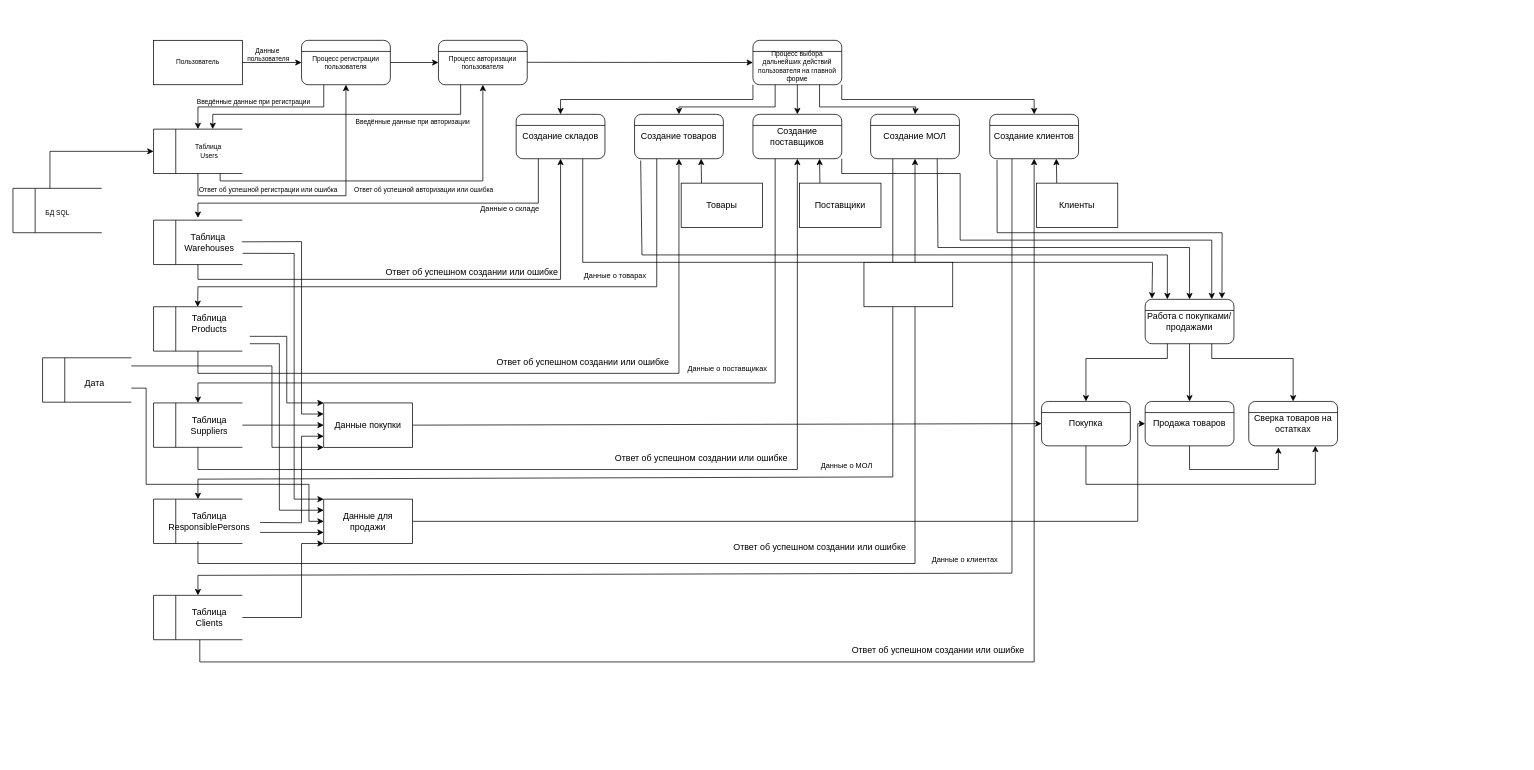
dallas-ak/MiSPIS keeps this draw.io diagram as DFD.drawio. Above is the earlier version. Source tidied: cells renumbered, new cells numbered last; positions are measured from the earlier drawing's top-left corner, leaving out a move shared by most shapes. Both pictures are drawn from the tidied source at 74%, with x=0, y=0 at pixel (13, 40).
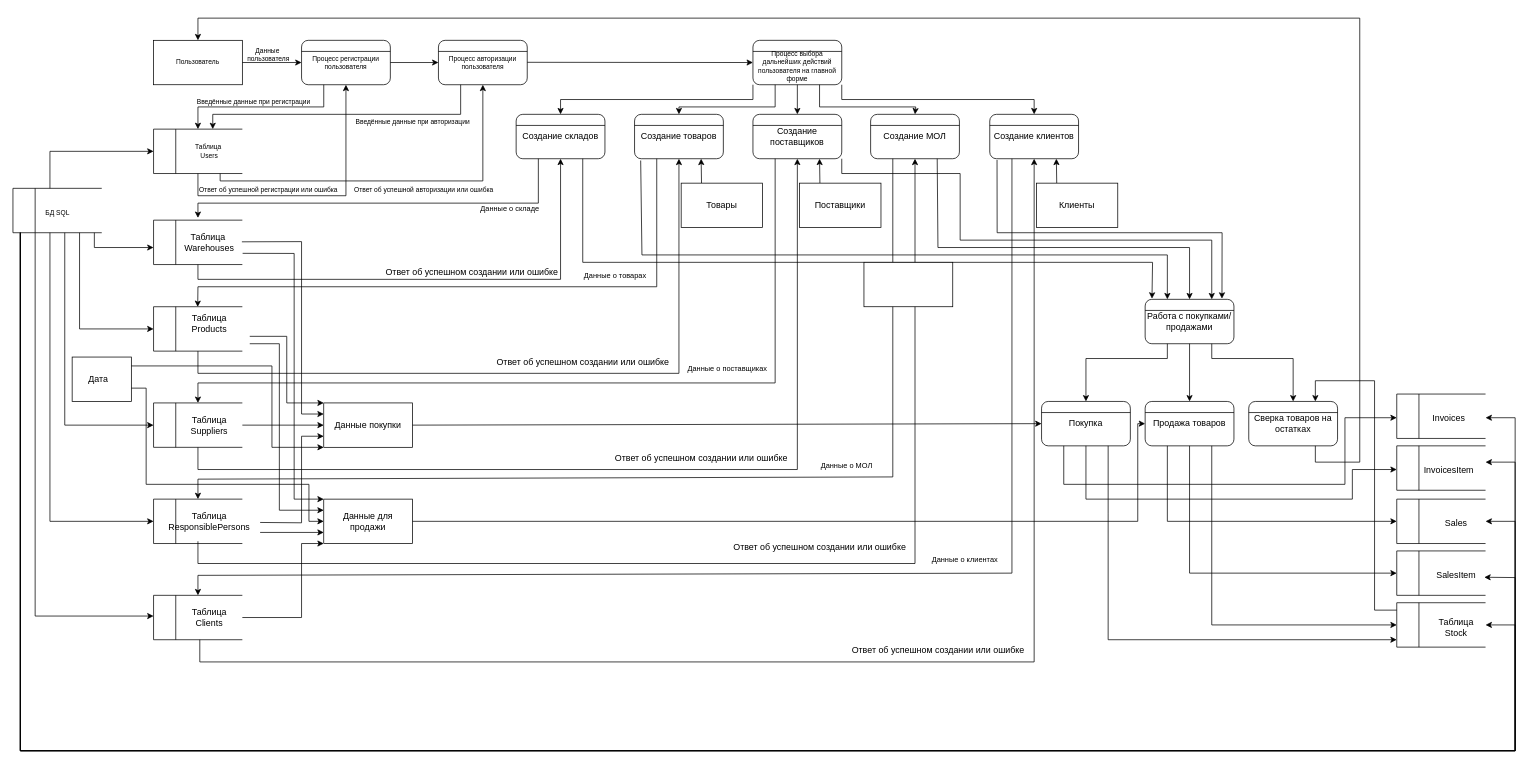
The same page after the edit.

The change refers to these unchanged cells:
```xml
<mxCell id="2" value="Пользователь" style="rounded=0;whiteSpace=wrap;html=1;fontSize=9;" parent="1" vertex="1">
  <mxGeometry x="190" width="120" height="60" as="geometry" />
</mxCell>
<mxCell id="116" value="Покупка" style="rounded=1;whiteSpace=wrap;html=1;" parent="1" vertex="1">
  <mxGeometry x="1390" y="488" width="120" height="60" as="geometry" />
</mxCell>
<mxCell id="118" value="Продажа товаров" style="rounded=1;whiteSpace=wrap;html=1;" parent="1" vertex="1">
  <mxGeometry x="1530" y="488" width="120" height="60" as="geometry" />
</mxCell>
<mxCell id="120" value="Сверка товаров на остатках" style="rounded=1;whiteSpace=wrap;html=1;" parent="1" vertex="1">
  <mxGeometry x="1670" y="488" width="120" height="60" as="geometry" />
</mxCell>
```

Change to the diagram source:
```diff
@@
+    <mxCell id="152" style="rounded=0;whiteSpace=wrap;html=1;" parent="1" vertex="1">
+      <mxGeometry x="80" y="428" width="80" height="60" as="geometry" />
+    </mxCell>
@@
-    <mxCell id="133" style="group;" parent="1" vertex="1">
-      <mxGeometry x="40" y="429" width="120" height="60" as="geometry" />
-    </mxCell>
-    <mxCell id="134" style="group;flipV=0;flipH=1;" parent="133" vertex="1">
-      <mxGeometry width="120" height="60" as="geometry" />
-    </mxCell>
-    <mxCell id="135" style="endArrow=none;html=1;rounded=0;" parent="134" edge="1">
-      <mxGeometry relative="1" as="geometry">
-        <mxPoint x="120" as="sourcePoint" />
-        <mxPoint as="targetPoint" />
-      </mxGeometry>
-    </mxCell>
-    <mxCell id="136" style="endArrow=none;html=1;rounded=0;" parent="134" edge="1">
-      <mxGeometry relative="1" as="geometry">
-        <mxPoint y="60" as="sourcePoint" />
-        <mxPoint as="targetPoint" />
-      </mxGeometry>
-    </mxCell>
-    <mxCell id="137" style="endArrow=none;html=1;rounded=0;" parent="134" edge="1">
-      <mxGeometry relative="1" as="geometry">
-        <mxPoint x="120" y="60" as="sourcePoint" />
-        <mxPoint y="60" as="targetPoint" />
-      </mxGeometry>
-    </mxCell>
-    <mxCell id="138" style="endArrow=none;html=1;rounded=0;" parent="133" edge="1">
-      <mxGeometry relative="1" as="geometry">
-        <mxPoint x="30" y="60" as="sourcePoint" />
-        <mxPoint x="30" as="targetPoint" />
-      </mxGeometry>
-    </mxCell>
     <mxCell id="139" value="Дата" style="text;html=1;align=center;verticalAlign=middle;strokeColor=none;fillColor=none;" parent="1" vertex="1">
-      <mxGeometry x="85" y="448" width="50" height="30" as="geometry" />
+      <mxGeometry x="90" y="443" width="50" height="30" as="geometry" />
     </mxCell>
@@
-    <mxCell id="150" style="endArrow=classic;html=1;rounded=0;exitX=0.5;exitY=1;exitDx=0;exitDy=0;entryX=0.75;entryY=1;entryDx=0;entryDy=0;" parent="1" edge="1" source="116" target="120">
+    <mxCell id="150" style="endArrow=classic;html=1;rounded=0;exitX=0.25;exitY=1;exitDx=0;exitDy=0;" parent="1" edge="1" source="116">
       <mxGeometry relative="1" as="geometry">
+        <mxPoint x="1870" y="510" as="targetPoint" />
         <Array as="points">
-          <mxPoint x="1450" y="600" />
-          <mxPoint x="1760" y="600" />
+          <mxPoint x="1420" y="600" />
+          <mxPoint x="1800" y="600" />
+          <mxPoint x="1800" y="510" />
         </Array>
       </mxGeometry>
     </mxCell>
-    <mxCell id="151" style="endArrow=classic;html=1;rounded=0;exitX=0.5;exitY=1;exitDx=0;exitDy=0;" parent="1" edge="1" source="118">
-      <mxGeometry relative="1" as="geometry">
-        <mxPoint x="1710" y="550" as="targetPoint" />
-        <Array as="points">
-          <mxPoint x="1590" y="580" />
-          <mxPoint x="1710" y="580" />
-        </Array>
-      </mxGeometry>
-    </mxCell>
+    <mxCell id="153" style="group;" parent="1" vertex="1">
+      <mxGeometry x="1870" y="620" width="120" height="60" as="geometry" />
+    </mxCell>
+    <mxCell id="154" style="group;flipV=0;flipH=1;" parent="153" vertex="1">
+      <mxGeometry width="120" height="60" as="geometry" />
+    </mxCell>
+    <mxCell id="155" style="endArrow=none;html=1;rounded=0;" parent="154" edge="1">
+      <mxGeometry relative="1" as="geometry">
+        <mxPoint x="120" as="sourcePoint" />
+        <mxPoint as="targetPoint" />
+      </mxGeometry>
+    </mxCell>
+    <mxCell id="156" style="endArrow=none;html=1;rounded=0;" parent="154" edge="1">
+      <mxGeometry relative="1" as="geometry">
+        <mxPoint y="60" as="sourcePoint" />
+        <mxPoint as="targetPoint" />
+      </mxGeometry>
+    </mxCell>
+    <mxCell id="157" style="endArrow=none;html=1;rounded=0;" parent="154" edge="1">
+      <mxGeometry relative="1" as="geometry">
+        <mxPoint x="120" y="60" as="sourcePoint" />
+        <mxPoint y="60" as="targetPoint" />
+      </mxGeometry>
+    </mxCell>
+    <mxCell id="158" style="endArrow=none;html=1;rounded=0;" parent="153" edge="1">
+      <mxGeometry relative="1" as="geometry">
+        <mxPoint x="30" y="60" as="sourcePoint" />
+        <mxPoint x="30" as="targetPoint" />
+      </mxGeometry>
+    </mxCell>
+    <mxCell id="159" value="Sales" style="text;html=1;align=center;verticalAlign=middle;strokeColor=none;fillColor=none;" parent="1" vertex="1">
+      <mxGeometry x="1925" y="638" width="50" height="30" as="geometry" />
+    </mxCell>
+    <mxCell id="160" style="group;" parent="1" vertex="1">
+      <mxGeometry x="1870" y="478" width="120" height="60" as="geometry" />
+    </mxCell>
+    <mxCell id="161" style="group;flipV=0;flipH=1;" parent="160" vertex="1">
+      <mxGeometry width="120" height="60" as="geometry" />
+    </mxCell>
+    <mxCell id="162" style="endArrow=none;html=1;rounded=0;" parent="161" edge="1">
+      <mxGeometry relative="1" as="geometry">
+        <mxPoint x="120" as="sourcePoint" />
+        <mxPoint as="targetPoint" />
+      </mxGeometry>
+    </mxCell>
+    <mxCell id="163" style="endArrow=none;html=1;rounded=0;" parent="161" edge="1">
+      <mxGeometry relative="1" as="geometry">
+        <mxPoint y="60" as="sourcePoint" />
+        <mxPoint as="targetPoint" />
+      </mxGeometry>
+    </mxCell>
+    <mxCell id="164" style="endArrow=none;html=1;rounded=0;" parent="161" edge="1">
+      <mxGeometry relative="1" as="geometry">
+        <mxPoint x="120" y="60" as="sourcePoint" />
+        <mxPoint y="60" as="targetPoint" />
+      </mxGeometry>
+    </mxCell>
+    <mxCell id="165" style="endArrow=none;html=1;rounded=0;" parent="160" edge="1">
+      <mxGeometry relative="1" as="geometry">
+        <mxPoint x="30" y="60" as="sourcePoint" />
+        <mxPoint x="30" as="targetPoint" />
+      </mxGeometry>
+    </mxCell>
+    <mxCell id="166" value="Invoices" style="text;html=1;align=center;verticalAlign=middle;strokeColor=none;fillColor=none;" parent="1" vertex="1">
+      <mxGeometry x="1905" y="496" width="70" height="30" as="geometry" />
+    </mxCell>
+    <mxCell id="167" style="group;" parent="1" vertex="1">
+      <mxGeometry x="1870" y="548" width="120" height="60" as="geometry" />
+    </mxCell>
+    <mxCell id="168" style="group;flipV=0;flipH=1;" parent="167" vertex="1">
+      <mxGeometry width="120" height="60" as="geometry" />
+    </mxCell>
+    <mxCell id="169" style="endArrow=none;html=1;rounded=0;" parent="168" edge="1">
+      <mxGeometry relative="1" as="geometry">
+        <mxPoint x="120" as="sourcePoint" />
+        <mxPoint as="targetPoint" />
+      </mxGeometry>
+    </mxCell>
+    <mxCell id="170" style="endArrow=none;html=1;rounded=0;" parent="168" edge="1">
+      <mxGeometry relative="1" as="geometry">
+        <mxPoint y="60" as="sourcePoint" />
+        <mxPoint as="targetPoint" />
+      </mxGeometry>
+    </mxCell>
+    <mxCell id="171" style="endArrow=none;html=1;rounded=0;" parent="168" edge="1">
+      <mxGeometry relative="1" as="geometry">
+        <mxPoint x="120" y="60" as="sourcePoint" />
+        <mxPoint y="60" as="targetPoint" />
+      </mxGeometry>
+    </mxCell>
+    <mxCell id="172" style="endArrow=none;html=1;rounded=0;" parent="167" edge="1">
+      <mxGeometry relative="1" as="geometry">
+        <mxPoint x="30" y="60" as="sourcePoint" />
+        <mxPoint x="30" as="targetPoint" />
+      </mxGeometry>
+    </mxCell>
+    <mxCell id="173" value="InvoicesItem" style="text;html=1;align=center;verticalAlign=middle;strokeColor=none;fillColor=none;" parent="1" vertex="1">
+      <mxGeometry x="1895" y="566" width="90" height="30" as="geometry" />
+    </mxCell>
+    <mxCell id="174" style="group;" parent="1" vertex="1">
+      <mxGeometry x="1870" y="690" width="120" height="60" as="geometry" />
+    </mxCell>
+    <mxCell id="175" style="group;flipV=0;flipH=1;" parent="174" vertex="1">
+      <mxGeometry width="120" height="60" as="geometry" />
+    </mxCell>
+    <mxCell id="176" style="endArrow=none;html=1;rounded=0;" parent="175" edge="1">
+      <mxGeometry relative="1" as="geometry">
+        <mxPoint x="120" as="sourcePoint" />
+        <mxPoint as="targetPoint" />
+      </mxGeometry>
+    </mxCell>
+    <mxCell id="177" style="endArrow=none;html=1;rounded=0;" parent="175" edge="1">
+      <mxGeometry relative="1" as="geometry">
+        <mxPoint y="60" as="sourcePoint" />
+        <mxPoint as="targetPoint" />
+      </mxGeometry>
+    </mxCell>
+    <mxCell id="178" style="endArrow=none;html=1;rounded=0;" parent="175" edge="1">
+      <mxGeometry relative="1" as="geometry">
+        <mxPoint x="120" y="60" as="sourcePoint" />
+        <mxPoint y="60" as="targetPoint" />
+      </mxGeometry>
+    </mxCell>
+    <mxCell id="179" style="endArrow=none;html=1;rounded=0;" parent="174" edge="1">
+      <mxGeometry relative="1" as="geometry">
+        <mxPoint x="30" y="60" as="sourcePoint" />
+        <mxPoint x="30" as="targetPoint" />
+      </mxGeometry>
+    </mxCell>
+    <mxCell id="180" value="SalesItem" style="text;html=1;align=center;verticalAlign=middle;points=[];strokeColor=none;fillColor=none;" parent="1" vertex="1">
+      <mxGeometry x="1910" y="708" width="80" height="30" as="geometry" />
+    </mxCell>
+    <mxCell id="181" style="group;" parent="1" vertex="1">
+      <mxGeometry x="1870" y="760" width="120" height="60" as="geometry" />
+    </mxCell>
+    <mxCell id="182" style="group;flipV=0;flipH=1;" parent="181" vertex="1">
+      <mxGeometry width="120" height="60" as="geometry" />
+    </mxCell>
+    <mxCell id="183" style="endArrow=none;html=1;rounded=0;" parent="182" edge="1">
+      <mxGeometry relative="1" as="geometry">
+        <mxPoint x="120" as="sourcePoint" />
+        <mxPoint as="targetPoint" />
+      </mxGeometry>
+    </mxCell>
+    <mxCell id="184" style="endArrow=none;html=1;rounded=0;" parent="182" edge="1">
+      <mxGeometry relative="1" as="geometry">
+        <mxPoint y="60" as="sourcePoint" />
+        <mxPoint as="targetPoint" />
+      </mxGeometry>
+    </mxCell>
+    <mxCell id="185" style="endArrow=none;html=1;rounded=0;" parent="182" edge="1">
+      <mxGeometry relative="1" as="geometry">
+        <mxPoint x="120" y="60" as="sourcePoint" />
+        <mxPoint y="60" as="targetPoint" />
+      </mxGeometry>
+    </mxCell>
+    <mxCell id="186" style="endArrow=none;html=1;rounded=0;" parent="181" edge="1">
+      <mxGeometry relative="1" as="geometry">
+        <mxPoint x="30" y="60" as="sourcePoint" />
+        <mxPoint x="30" as="targetPoint" />
+      </mxGeometry>
+    </mxCell>
+    <mxCell id="187" value="Таблица&lt;div&gt;Stock&lt;/div&gt;" style="text;html=1;align=center;verticalAlign=middle;strokeColor=none;fillColor=none;" parent="1" vertex="1">
+      <mxGeometry x="1915" y="773" width="70" height="40" as="geometry" />
+    </mxCell>
+    <mxCell id="188" style="endArrow=classic;html=1;rounded=0;exitX=0.5;exitY=1;exitDx=0;exitDy=0;" parent="1" edge="1" source="116">
+      <mxGeometry relative="1" as="geometry">
+        <mxPoint x="1870" y="580" as="targetPoint" />
+        <Array as="points">
+          <mxPoint x="1450" y="620" />
+          <mxPoint x="1810" y="620" />
+          <mxPoint x="1810" y="580" />
+        </Array>
+      </mxGeometry>
+    </mxCell>
+    <mxCell id="189" style="endArrow=classic;html=1;rounded=0;exitX=0.75;exitY=1;exitDx=0;exitDy=0;" parent="1" edge="1" source="116">
+      <mxGeometry relative="1" as="geometry">
+        <mxPoint x="1870" y="810" as="targetPoint" />
+        <Array as="points">
+          <mxPoint x="1480" y="640" />
+          <mxPoint x="1480" y="810" />
+        </Array>
+      </mxGeometry>
+    </mxCell>
+    <mxCell id="190" style="endArrow=classic;html=1;rounded=0;exitX=0.25;exitY=1;exitDx=0;exitDy=0;" parent="1" edge="1" source="118">
+      <mxGeometry relative="1" as="geometry">
+        <mxPoint x="1870" y="650" as="targetPoint" />
+        <Array as="points">
+          <mxPoint x="1560" y="650" />
+        </Array>
+      </mxGeometry>
+    </mxCell>
+    <mxCell id="191" style="endArrow=classic;html=1;rounded=0;exitX=0.5;exitY=1;exitDx=0;exitDy=0;" parent="1" edge="1" source="118">
+      <mxGeometry relative="1" as="geometry">
+        <mxPoint x="1870" y="720" as="targetPoint" />
+        <Array as="points">
+          <mxPoint x="1590" y="720" />
+        </Array>
+      </mxGeometry>
+    </mxCell>
+    <mxCell id="192" style="endArrow=classic;html=1;rounded=0;exitX=0.75;exitY=1;exitDx=0;exitDy=0;" parent="1" edge="1" source="118">
+      <mxGeometry relative="1" as="geometry">
+        <mxPoint x="1870" y="790" as="targetPoint" />
+        <Array as="points">
+          <mxPoint x="1620" y="790" />
+        </Array>
+      </mxGeometry>
+    </mxCell>
+    <mxCell id="193" style="endArrow=classic;html=1;rounded=0;entryX=0.75;entryY=0;entryDx=0;entryDy=0;" parent="1" edge="1" target="120">
+      <mxGeometry relative="1" as="geometry">
+        <mxPoint x="1870" y="770" as="sourcePoint" />
+        <Array as="points">
+          <mxPoint x="1840" y="770" />
+          <mxPoint x="1840" y="460" />
+          <mxPoint x="1760" y="460" />
+        </Array>
+      </mxGeometry>
+    </mxCell>
+    <mxCell id="194" style="endArrow=classic;html=1;rounded=0;" parent="1" edge="1">
+      <mxGeometry relative="1" as="geometry">
+        <mxPoint x="110" y="260" as="sourcePoint" />
+        <mxPoint x="190" y="280" as="targetPoint" />
+        <Array as="points">
+          <mxPoint x="110" y="280" />
+        </Array>
+      </mxGeometry>
+    </mxCell>
+    <mxCell id="195" style="endArrow=classic;html=1;rounded=0;" parent="1" edge="1">
+      <mxGeometry relative="1" as="geometry">
+        <mxPoint x="90" y="260" as="sourcePoint" />
+        <mxPoint x="190" y="390" as="targetPoint" />
+        <Array as="points">
+          <mxPoint x="90" y="390" />
+        </Array>
+      </mxGeometry>
+    </mxCell>
+    <mxCell id="196" style="endArrow=classic;html=1;rounded=0;" parent="1" edge="1">
+      <mxGeometry relative="1" as="geometry">
+        <mxPoint x="70" y="260" as="sourcePoint" />
+        <mxPoint x="190" y="520" as="targetPoint" />
+        <Array as="points">
+          <mxPoint x="70" y="520" />
+        </Array>
+      </mxGeometry>
+    </mxCell>
+    <mxCell id="197" style="endArrow=classic;html=1;rounded=0;" parent="1" edge="1">
+      <mxGeometry relative="1" as="geometry">
+        <mxPoint x="50" y="260" as="sourcePoint" />
+        <mxPoint x="190" y="650" as="targetPoint" />
+        <Array as="points">
+          <mxPoint x="50" y="650" />
+        </Array>
+      </mxGeometry>
+    </mxCell>
+    <mxCell id="198" style="endArrow=classic;html=1;rounded=0;" parent="1" edge="1">
+      <mxGeometry relative="1" as="geometry">
+        <mxPoint x="30" y="260" as="sourcePoint" />
+        <mxPoint x="190" y="778" as="targetPoint" />
+        <Array as="points">
+          <mxPoint x="30" y="778" />
+        </Array>
+      </mxGeometry>
+    </mxCell>
+    <mxCell id="199" style="endArrow=classic;html=1;rounded=0;" parent="1" edge="1">
+      <mxGeometry relative="1" as="geometry">
+        <mxPoint x="10" y="260" as="sourcePoint" />
+        <mxPoint x="1990" y="790" as="targetPoint" />
+        <Array as="points">
+          <mxPoint x="10" y="960" />
+          <mxPoint x="2030" y="960" />
+          <mxPoint x="2030" y="790" />
+        </Array>
+      </mxGeometry>
+    </mxCell>
+    <mxCell id="200" style="endArrow=classic;html=1;rounded=0;entryX=0.979;entryY=0.586;entryDx=0;entryDy=0;entryPerimeter=0;" parent="1" edge="1" target="180">
+      <mxGeometry relative="1" as="geometry">
+        <mxPoint x="10" y="260" as="sourcePoint" />
+        <Array as="points">
+          <mxPoint x="10" y="960" />
+          <mxPoint x="2030" y="960" />
+          <mxPoint x="2030" y="726" />
+        </Array>
+      </mxGeometry>
+    </mxCell>
+    <mxCell id="201" style="endArrow=classic;html=1;rounded=0;" parent="1" edge="1">
+      <mxGeometry relative="1" as="geometry">
+        <mxPoint x="10" y="260" as="sourcePoint" />
+        <mxPoint x="1990" y="650" as="targetPoint" />
+        <Array as="points">
+          <mxPoint x="10" y="960" />
+          <mxPoint x="2030" y="960" />
+          <mxPoint x="2030" y="650" />
+        </Array>
+      </mxGeometry>
+    </mxCell>
+    <mxCell id="202" style="endArrow=classic;html=1;rounded=0;" parent="1" edge="1">
+      <mxGeometry relative="1" as="geometry">
+        <mxPoint x="10" y="260" as="sourcePoint" />
+        <mxPoint x="1990" y="570" as="targetPoint" />
+        <Array as="points">
+          <mxPoint x="10" y="960" />
+          <mxPoint x="2030" y="960" />
+          <mxPoint x="2030" y="570" />
+        </Array>
+      </mxGeometry>
+    </mxCell>
+    <mxCell id="203" style="endArrow=classic;html=1;rounded=0;" parent="1" edge="1">
+      <mxGeometry relative="1" as="geometry">
+        <mxPoint x="10" y="260" as="sourcePoint" />
+        <mxPoint x="1990" y="510" as="targetPoint" />
+        <Array as="points">
+          <mxPoint x="10" y="960" />
+          <mxPoint x="2030" y="960" />
+          <mxPoint x="2030" y="510" />
+        </Array>
+      </mxGeometry>
+    </mxCell>
+    <mxCell id="204" style="endArrow=classic;html=1;rounded=0;exitX=0.75;exitY=1;exitDx=0;exitDy=0;entryX=0.5;entryY=0;entryDx=0;entryDy=0;" parent="1" edge="1" source="120" target="2">
+      <mxGeometry relative="1" as="geometry">
+        <Array as="points">
+          <mxPoint x="1760" y="570" />
+          <mxPoint x="1820" y="570" />
+          <mxPoint x="1820" y="-30" />
+          <mxPoint x="250" y="-30" />
+        </Array>
+      </mxGeometry>
+    </mxCell>
```
